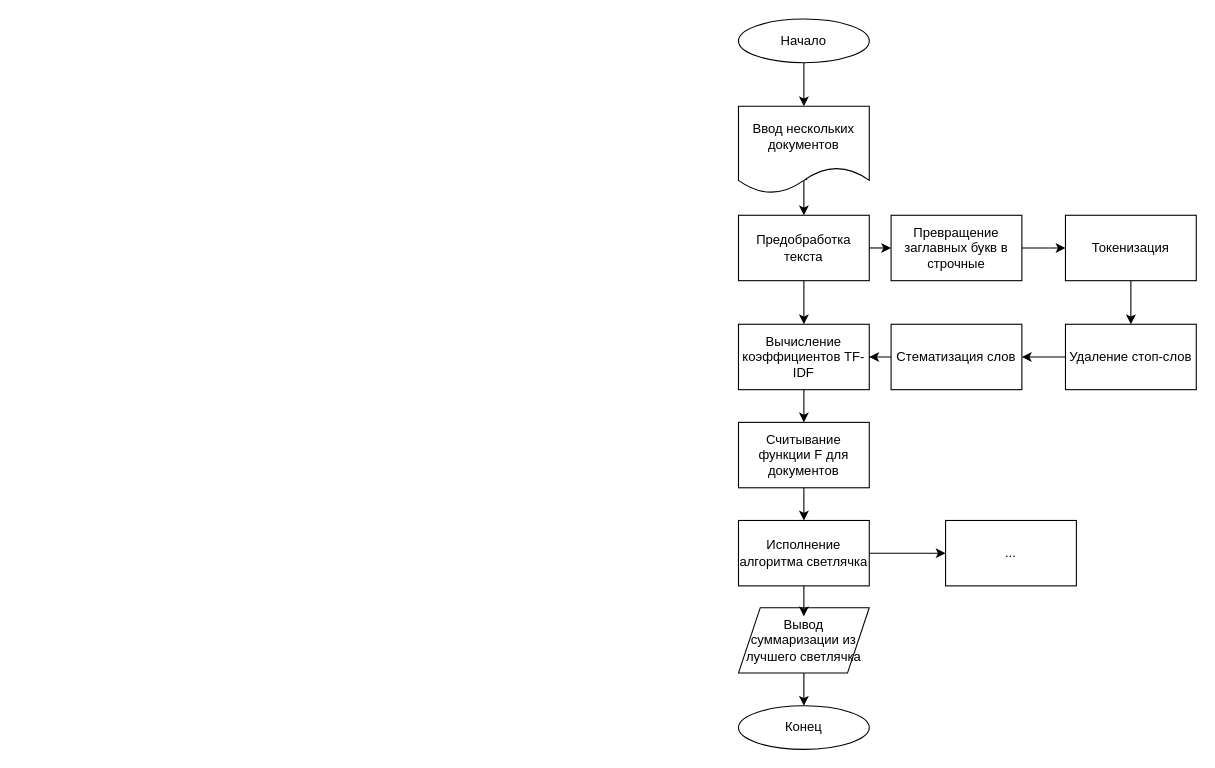
This is FunctionProgrammingChart.drawio from Sandwich9976/API-s, a draw.io file, before an edit. Source tidied: cells renumbered, new cells numbered last; positions are measured from the earlier drawing's top-left corner, leaving out a move shared by most shapes. Both pictures are drawn from the tidied source at 109%, with x=0, y=0 at pixel (738, 19).
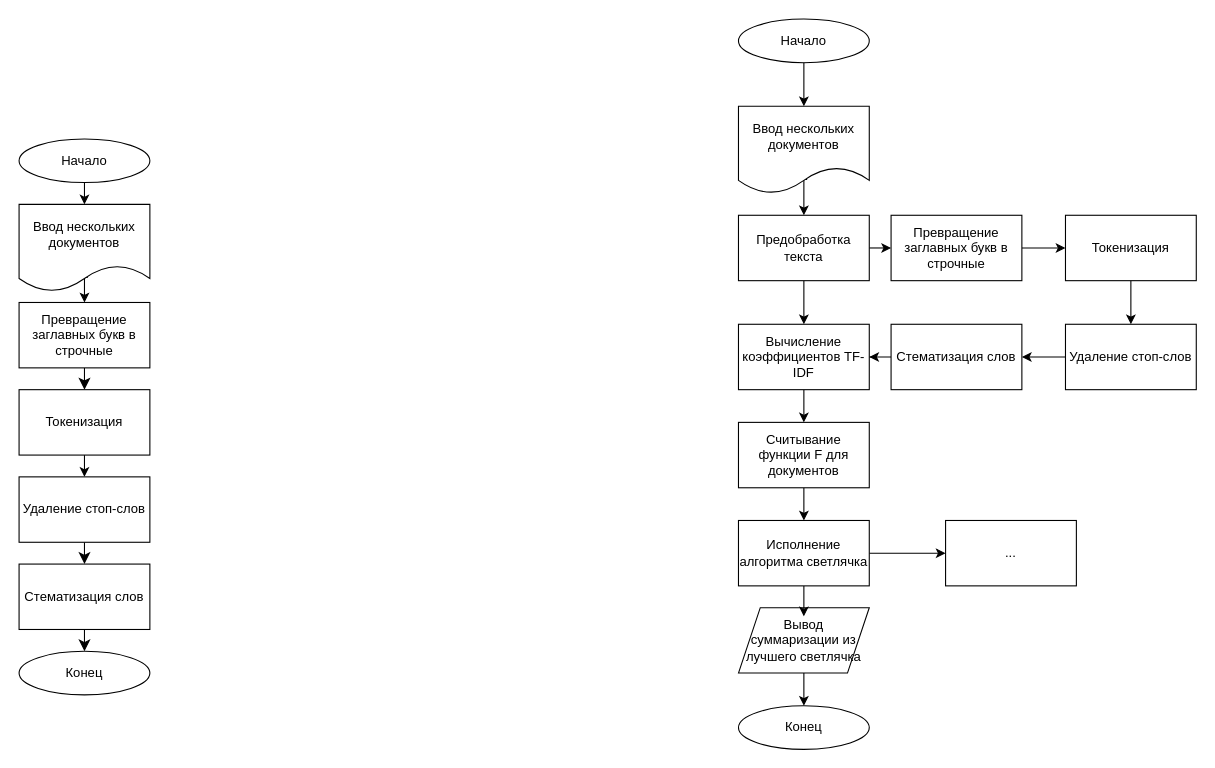
After the change.

Diff of the diagram source:
```diff
@@
+    <mxCell id="28" value="&lt;div&gt;Начало&lt;/div&gt;" style="ellipse;whiteSpace=wrap;html=1;" parent="1" vertex="1">
+      <mxGeometry x="-660" y="110" width="120" height="40" as="geometry" />
+    </mxCell>
+    <mxCell id="29" style="edgeStyle=orthogonalEdgeStyle;rounded=0;jettySize=auto;html=1;exitX=0.525;exitY=0.838;exitDx=0;exitDy=0;exitPerimeter=0;" parent="1" edge="1" source="30">
+      <mxGeometry relative="1" as="geometry">
+        <mxPoint x="-600" y="260" as="targetPoint" />
+      </mxGeometry>
+    </mxCell>
+    <mxCell id="30" value="&lt;div&gt;Ввод нескольких документов&lt;/div&gt;" style="shape=document;whiteSpace=wrap;html=1;boundedLbl=1;" parent="1" vertex="1">
+      <mxGeometry x="-660" y="170" width="120" height="80" as="geometry" />
+    </mxCell>
+    <mxCell id="31" style="edgeStyle=none;curved=1;rounded=0;jettySize=auto;html=1;exitX=0.5;exitY=1;exitDx=0;exitDy=0;fontSize=12;startSize=8;endSize=8;" parent="1" edge="1" source="32" target="34">
+      <mxGeometry relative="1" as="geometry" />
+    </mxCell>
+    <mxCell id="32" value="&lt;div&gt;Превращение заглавных букв в строчные&lt;/div&gt;" style="rounded=0;whiteSpace=wrap;html=1;" parent="1" vertex="1">
+      <mxGeometry x="-660" y="260" width="120" height="60" as="geometry" />
+    </mxCell>
+    <mxCell id="33" style="edgeStyle=orthogonalEdgeStyle;rounded=0;jettySize=auto;html=1;exitX=0.5;exitY=1;exitDx=0;exitDy=0;entryX=0.5;entryY=0;entryDx=0;entryDy=0;" parent="1" edge="1" source="34" target="36">
+      <mxGeometry relative="1" as="geometry" />
+    </mxCell>
+    <mxCell id="34" value="Токенизация" style="rounded=0;whiteSpace=wrap;html=1;" parent="1" vertex="1">
+      <mxGeometry x="-660" y="340" width="120" height="60" as="geometry" />
+    </mxCell>
+    <mxCell id="35" style="edgeStyle=none;curved=1;rounded=0;jettySize=auto;html=1;exitX=0.5;exitY=1;exitDx=0;exitDy=0;fontSize=12;startSize=8;endSize=8;" parent="1" edge="1" source="36" target="39">
+      <mxGeometry relative="1" as="geometry" />
+    </mxCell>
+    <mxCell id="36" value="&lt;div&gt;Удаление стоп-слов&lt;/div&gt;" style="rounded=0;whiteSpace=wrap;html=1;" parent="1" vertex="1">
+      <mxGeometry x="-660" y="420" width="120" height="60" as="geometry" />
+    </mxCell>
+    <mxCell id="37" style="endArrow=classic;html=1;rounded=0;exitX=0.5;exitY=1;exitDx=0;exitDy=0;entryX=0.5;entryY=0;entryDx=0;entryDy=0;" parent="1" edge="1" source="28" target="30">
+      <mxGeometry relative="1" as="geometry" />
+    </mxCell>
+    <mxCell id="38" style="edgeStyle=none;curved=1;rounded=0;jettySize=auto;html=1;exitX=0.5;exitY=1;exitDx=0;exitDy=0;fontSize=12;startSize=8;endSize=8;" parent="1" edge="1" source="39" target="40">
+      <mxGeometry relative="1" as="geometry" />
+    </mxCell>
+    <mxCell id="39" value="Стематизация слов" style="rounded=0;whiteSpace=wrap;html=1;" parent="1" vertex="1">
+      <mxGeometry x="-660" y="500" width="120" height="60" as="geometry" />
+    </mxCell>
+    <mxCell id="40" value="&lt;div&gt;Конец&lt;/div&gt;" style="ellipse;whiteSpace=wrap;html=1;" parent="1" vertex="1">
+      <mxGeometry x="-660" y="580" width="120" height="40" as="geometry" />
+    </mxCell>
```
